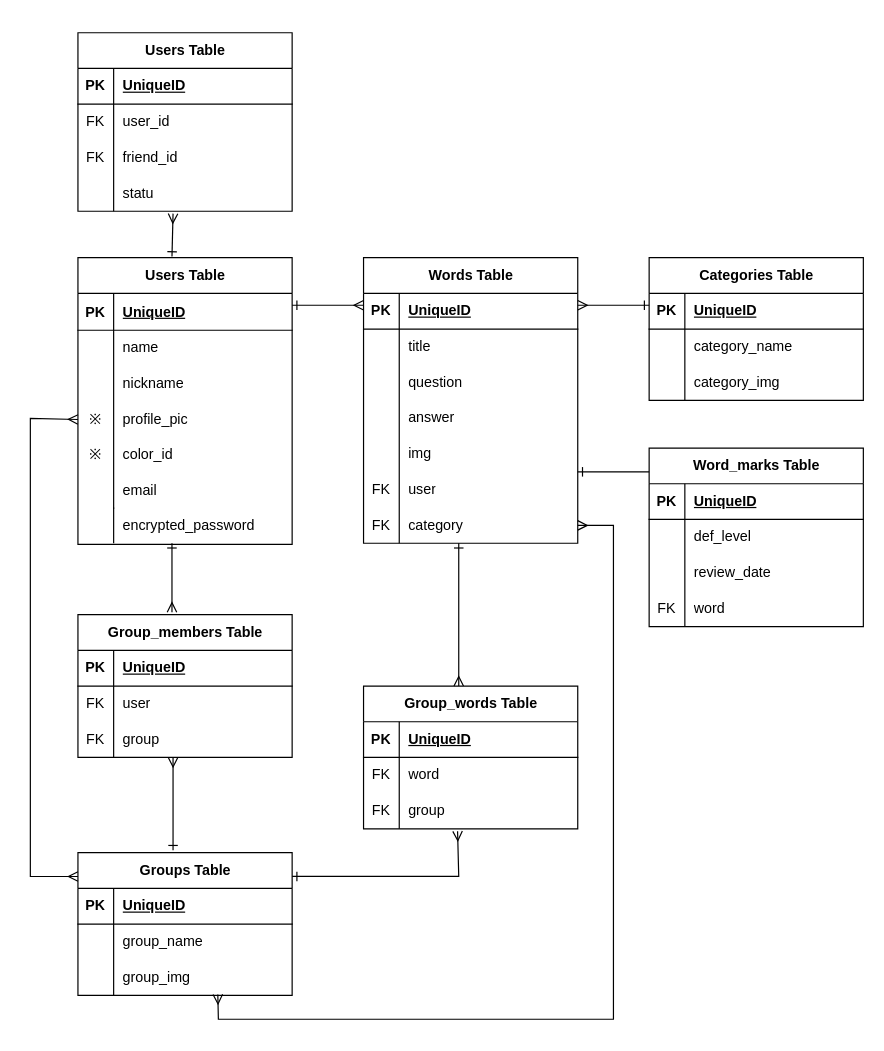
Yuri1031/word-app keeps this draw.io diagram as DB.dio. Above is the earlier version. Source tidied: cells renumbered, new cells numbered last; positions are measured from the earlier drawing's top-left corner, leaving out a move shared by most shapes. Both pictures are drawn from the tidied source at 119%, with x=0, y=0 at pixel (30, 20).
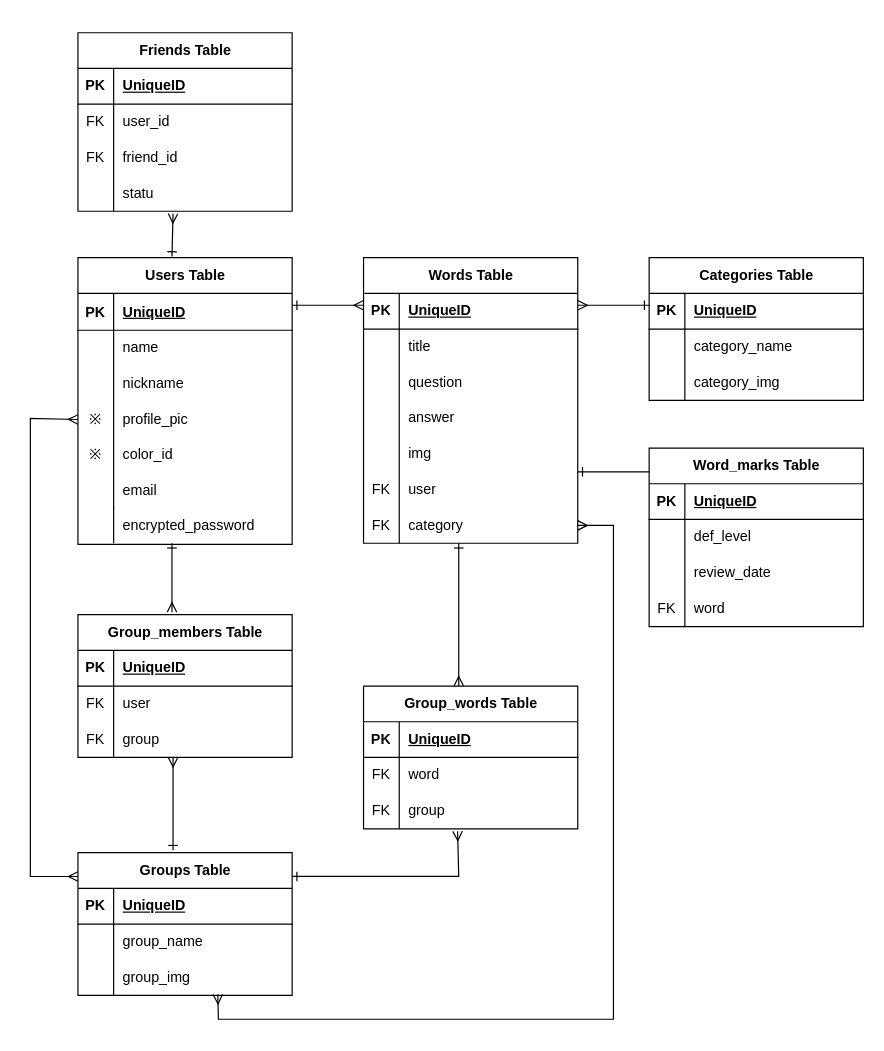
The same page after the edit.

The edit, as a diff of the source:
```diff
@@
-    <mxCell id="109" value="Users Table" style="shape=table;startSize=30;childLayout=tableLayout;rowLines=0;fontStyle=1;align=center;html=1;" parent="1" vertex="1">
+    <mxCell id="109" value="Friends Table" style="shape=table;startSize=30;childLayout=tableLayout;rowLines=0;fontStyle=1;align=center;html=1;" parent="1" vertex="1">
       <mxGeometry x="40" y="10" width="180" height="150" as="geometry" />
     </mxCell>
```
